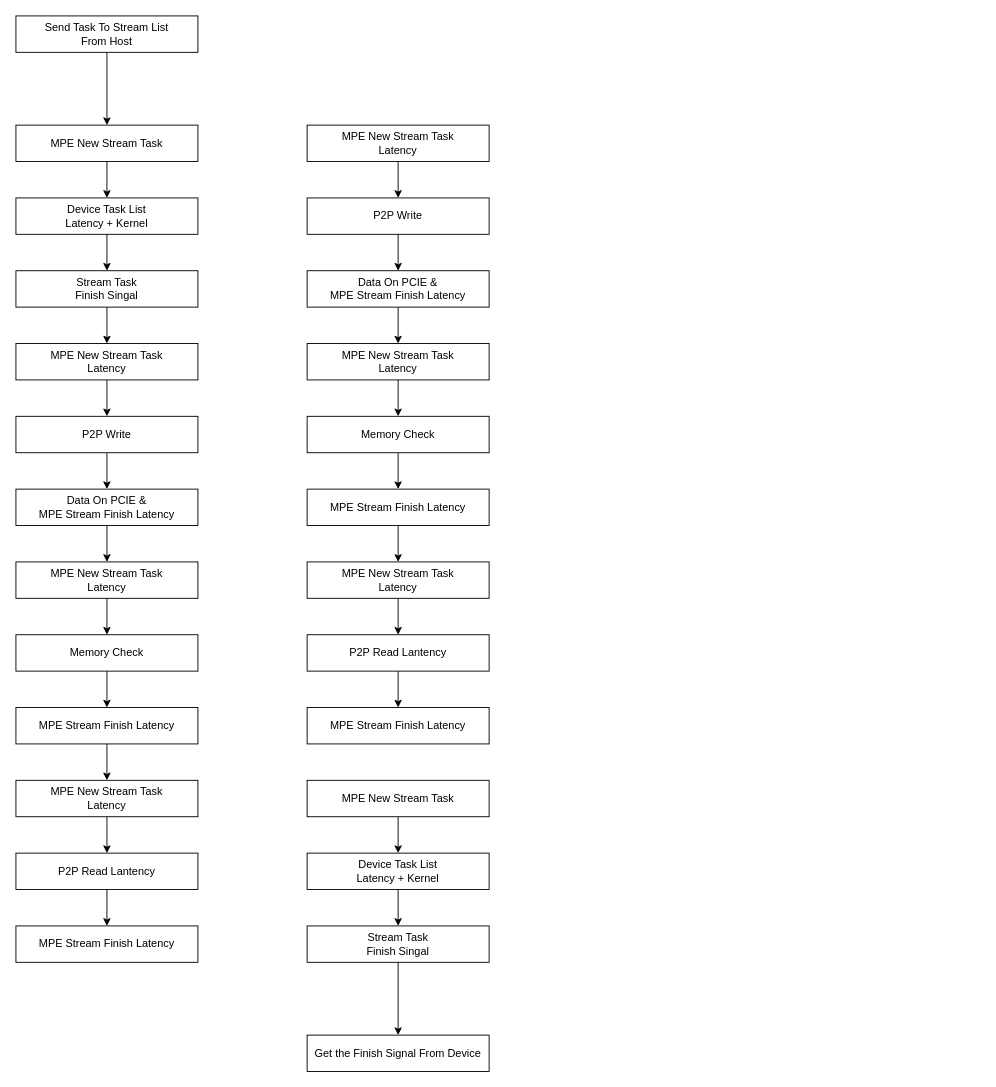
BEYHHH/SBLP keeps this draw.io diagram as TCCL/TCCL_SYNC/DeviceSyncLatencyAnalysis.drawio. Above is the earlier version. Source tidied: cells renumbered, new cells numbered last; positions are measured from the earlier drawing's top-left corner, leaving out a move shared by most shapes. Both pictures are drawn from the tidied source at 91%, with x=0, y=0 at pixel (15, 15).
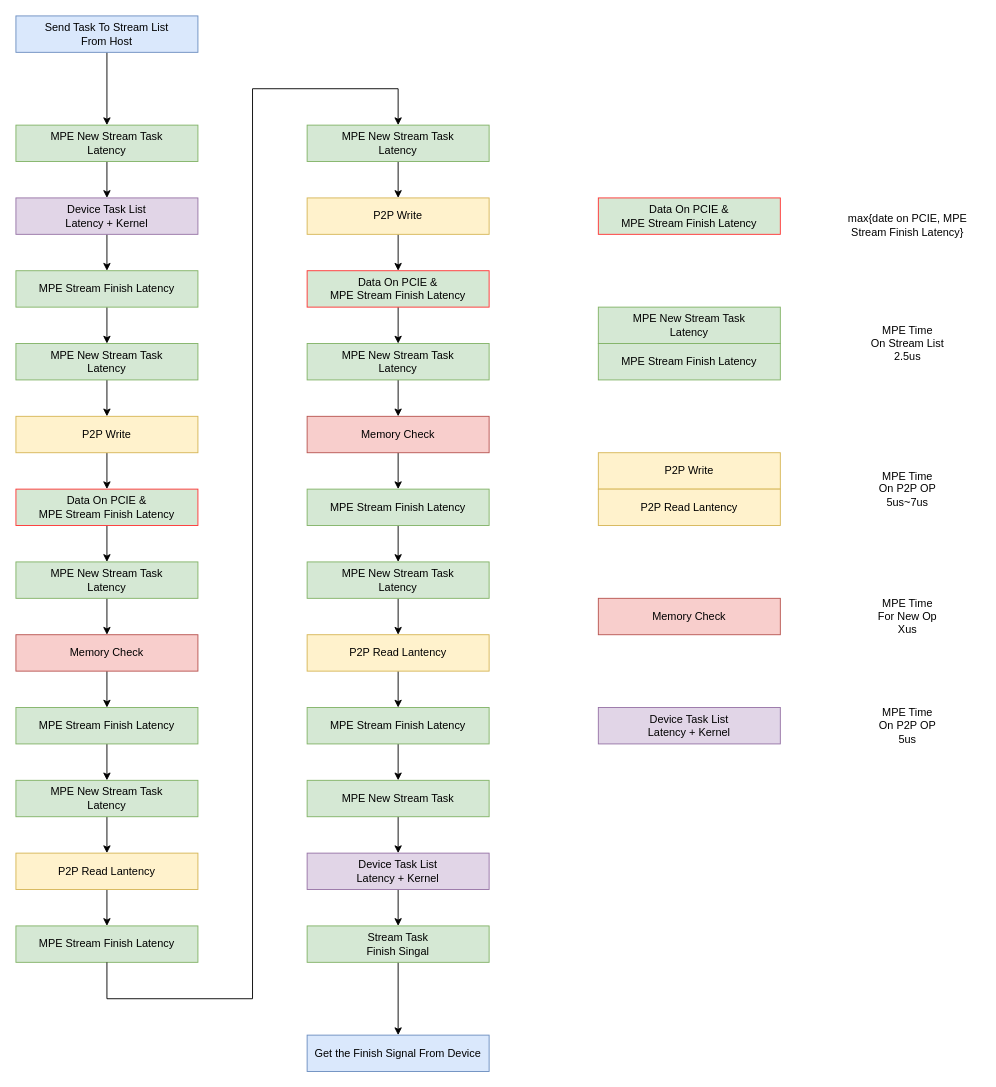
Above is the later version.

Change to the diagram source:
```diff
@@
-    <mxCell id="3" value="Device Task List&lt;br&gt;Latency + Kernel" style="rounded=0;whiteSpace=wrap;html=1;" parent="1" vertex="1">
+    <mxCell id="3" value="Device Task List&lt;br&gt;Latency + Kernel" style="rounded=0;whiteSpace=wrap;html=1;fillColor=#e1d5e7;strokeColor=#9673a6;" parent="1" vertex="1">
       <mxGeometry y="200" width="200" height="40" as="geometry" />
     </mxCell>
@@
-    <mxCell id="5" value="Stream Task &lt;br&gt;Finish Singal" style="rounded=0;whiteSpace=wrap;html=1;" parent="1" vertex="1">
+    <mxCell id="5" value="MPE Stream Finish Latency" style="rounded=0;whiteSpace=wrap;html=1;fillColor=#d5e8d4;strokeColor=#82b366;" parent="1" vertex="1">
       <mxGeometry y="280" width="200" height="40" as="geometry" />
     </mxCell>
@@
-    <mxCell id="7" value="MPE New Stream Task&lt;br style=&quot;border-color: var(--border-color);&quot;&gt;Latency" style="rounded=0;whiteSpace=wrap;html=1;" parent="1" vertex="1">
+    <mxCell id="7" value="MPE New Stream Task&lt;br style=&quot;border-color: var(--border-color);&quot;&gt;Latency" style="rounded=0;whiteSpace=wrap;html=1;fillColor=#d5e8d4;strokeColor=#82b366;" parent="1" vertex="1">
       <mxGeometry y="360" width="200" height="40" as="geometry" />
     </mxCell>
@@
-    <mxCell id="9" value="P2P Write" style="rounded=0;whiteSpace=wrap;html=1;" parent="1" vertex="1">
+    <mxCell id="9" value="P2P Write" style="rounded=0;whiteSpace=wrap;html=1;fillColor=#fff2cc;strokeColor=#d6b656;" parent="1" vertex="1">
       <mxGeometry y="440" width="200" height="40" as="geometry" />
     </mxCell>
@@
-    <mxCell id="11" value="Data On PCIE &amp;amp; &lt;br&gt;MPE Stream Finish Latency" style="rounded=0;whiteSpace=wrap;html=1;" parent="1" vertex="1">
+    <mxCell id="11" value="Data On PCIE &amp;amp; &lt;br&gt;MPE Stream Finish Latency" style="rounded=0;whiteSpace=wrap;html=1;fillColor=#d5e8d4;strokeColor=#FF3333;" parent="1" vertex="1">
       <mxGeometry y="520" width="200" height="40" as="geometry" />
     </mxCell>
@@
-    <mxCell id="13" value="Memory Check" style="rounded=0;whiteSpace=wrap;html=1;" parent="1" vertex="1">
+    <mxCell id="13" value="Memory Check" style="rounded=0;whiteSpace=wrap;html=1;fillColor=#f8cecc;strokeColor=#b85450;" parent="1" vertex="1">
       <mxGeometry y="680" width="200" height="40" as="geometry" />
     </mxCell>
@@
-    <mxCell id="15" value="MPE New Stream Task&lt;br style=&quot;border-color: var(--border-color);&quot;&gt;Latency" style="rounded=0;whiteSpace=wrap;html=1;" parent="1" vertex="1">
+    <mxCell id="15" value="MPE New Stream Task&lt;br style=&quot;border-color: var(--border-color);&quot;&gt;Latency" style="rounded=0;whiteSpace=wrap;html=1;fillColor=#d5e8d4;strokeColor=#82b366;" parent="1" vertex="1">
       <mxGeometry y="840" width="200" height="40" as="geometry" />
     </mxCell>
@@
-    <mxCell id="17" value="MPE New Stream Task&lt;br style=&quot;border-color: var(--border-color);&quot;&gt;Latency" style="rounded=0;whiteSpace=wrap;html=1;" parent="1" vertex="1">
+    <mxCell id="17" value="MPE New Stream Task&lt;br style=&quot;border-color: var(--border-color);&quot;&gt;Latency" style="rounded=0;whiteSpace=wrap;html=1;fillColor=#d5e8d4;strokeColor=#82b366;" parent="1" vertex="1">
       <mxGeometry y="600" width="200" height="40" as="geometry" />
     </mxCell>
@@
-    <mxCell id="19" value="P2P Read Lantency" style="rounded=0;whiteSpace=wrap;html=1;" parent="1" vertex="1">
+    <mxCell id="19" value="P2P Read Lantency" style="rounded=0;whiteSpace=wrap;html=1;fillColor=#fff2cc;strokeColor=#d6b656;" parent="1" vertex="1">
       <mxGeometry y="920" width="200" height="40" as="geometry" />
     </mxCell>
@@
-    <mxCell id="21" value="MPE Stream Finish Latency" style="rounded=0;whiteSpace=wrap;html=1;" parent="1" vertex="1">
+    <mxCell id="21" value="MPE Stream Finish Latency" style="rounded=0;whiteSpace=wrap;html=1;fillColor=#d5e8d4;strokeColor=#82b366;" parent="1" vertex="1">
       <mxGeometry y="760" width="200" height="40" as="geometry" />
     </mxCell>
@@
-    <mxCell id="23" value="MPE New Stream Task" style="rounded=0;whiteSpace=wrap;html=1;" parent="1" vertex="1">
+    <mxCell id="23" value="MPE New Stream Task&lt;br style=&quot;border-color: var(--border-color);&quot;&gt;Latency" style="rounded=0;whiteSpace=wrap;html=1;fillColor=#d5e8d4;strokeColor=#82b366;" parent="1" vertex="1">
       <mxGeometry y="120" width="200" height="40" as="geometry" />
     </mxCell>
-    <mxCell id="24" value="MPE Stream Finish Latency" style="rounded=0;whiteSpace=wrap;html=1;" parent="1" vertex="1">
+    <mxCell id="24" value="MPE Stream Finish Latency" style="rounded=0;whiteSpace=wrap;html=1;fillColor=#d5e8d4;strokeColor=#82b366;" parent="1" vertex="1">
       <mxGeometry y="1000" width="200" height="40" as="geometry" />
     </mxCell>
@@
-    <mxCell id="26" value="MPE New Stream Task&lt;br style=&quot;border-color: var(--border-color);&quot;&gt;Latency" style="rounded=0;whiteSpace=wrap;html=1;" parent="1" vertex="1">
+    <mxCell id="26" value="MPE New Stream Task&lt;br style=&quot;border-color: var(--border-color);&quot;&gt;Latency" style="rounded=0;whiteSpace=wrap;html=1;fillColor=#d5e8d4;strokeColor=#82b366;" parent="1" vertex="1">
       <mxGeometry x="320" y="120" width="200" height="40" as="geometry" />
     </mxCell>
@@
-    <mxCell id="28" value="P2P Write" style="rounded=0;whiteSpace=wrap;html=1;" parent="1" vertex="1">
+    <mxCell id="28" value="P2P Write" style="rounded=0;whiteSpace=wrap;html=1;fillColor=#fff2cc;strokeColor=#d6b656;" parent="1" vertex="1">
       <mxGeometry x="320" y="200" width="200" height="40" as="geometry" />
     </mxCell>
@@
-    <mxCell id="30" value="Data On PCIE &amp;amp; &lt;br&gt;MPE Stream Finish Latency" style="rounded=0;whiteSpace=wrap;html=1;" parent="1" vertex="1">
+    <mxCell id="30" value="Data On PCIE &amp;amp; &lt;br&gt;MPE Stream Finish Latency" style="rounded=0;whiteSpace=wrap;html=1;fillColor=#d5e8d4;strokeColor=#FF3333;" parent="1" vertex="1">
       <mxGeometry x="320" y="280" width="200" height="40" as="geometry" />
     </mxCell>
@@
-    <mxCell id="32" value="Memory Check" style="rounded=0;whiteSpace=wrap;html=1;" parent="1" vertex="1">
+    <mxCell id="32" value="Memory Check" style="rounded=0;whiteSpace=wrap;html=1;fillColor=#f8cecc;strokeColor=#b85450;" parent="1" vertex="1">
       <mxGeometry x="320" y="440" width="200" height="40" as="geometry" />
     </mxCell>
@@
-    <mxCell id="34" value="MPE New Stream Task&lt;br style=&quot;border-color: var(--border-color);&quot;&gt;Latency" style="rounded=0;whiteSpace=wrap;html=1;" parent="1" vertex="1">
+    <mxCell id="34" value="MPE New Stream Task&lt;br style=&quot;border-color: var(--border-color);&quot;&gt;Latency" style="rounded=0;whiteSpace=wrap;html=1;fillColor=#d5e8d4;strokeColor=#82b366;" parent="1" vertex="1">
       <mxGeometry x="320" y="600" width="200" height="40" as="geometry" />
     </mxCell>
@@
-    <mxCell id="36" value="MPE New Stream Task&lt;br style=&quot;border-color: var(--border-color);&quot;&gt;Latency" style="rounded=0;whiteSpace=wrap;html=1;" parent="1" vertex="1">
+    <mxCell id="36" value="MPE New Stream Task&lt;br style=&quot;border-color: var(--border-color);&quot;&gt;Latency" style="rounded=0;whiteSpace=wrap;html=1;fillColor=#d5e8d4;strokeColor=#82b366;" parent="1" vertex="1">
       <mxGeometry x="320" y="360" width="200" height="40" as="geometry" />
     </mxCell>
@@
-    <mxCell id="38" value="P2P Read Lantency" style="rounded=0;whiteSpace=wrap;html=1;" parent="1" vertex="1">
+    <mxCell id="38" value="P2P Read Lantency" style="rounded=0;whiteSpace=wrap;html=1;fillColor=#fff2cc;strokeColor=#d6b656;" parent="1" vertex="1">
       <mxGeometry x="320" y="680" width="200" height="40" as="geometry" />
     </mxCell>
@@
-    <mxCell id="40" value="MPE Stream Finish Latency" style="rounded=0;whiteSpace=wrap;html=1;" parent="1" vertex="1">
+    <mxCell id="40" value="MPE Stream Finish Latency" style="rounded=0;whiteSpace=wrap;html=1;fillColor=#d5e8d4;strokeColor=#82b366;" parent="1" vertex="1">
       <mxGeometry x="320" y="520" width="200" height="40" as="geometry" />
     </mxCell>
+    <mxCell id="51" style="edgeStyle=orthogonalEdgeStyle;rounded=0;jettySize=auto;html=1;" parent="1" edge="1" source="41" target="47">
+      <mxGeometry relative="1" as="geometry" />
+    </mxCell>
-    <mxCell id="41" value="MPE Stream Finish Latency" style="rounded=0;whiteSpace=wrap;html=1;" parent="1" vertex="1">
+    <mxCell id="41" value="MPE Stream Finish Latency" style="rounded=0;whiteSpace=wrap;html=1;fillColor=#d5e8d4;strokeColor=#82b366;" parent="1" vertex="1">
       <mxGeometry x="320" y="760" width="200" height="40" as="geometry" />
     </mxCell>
@@
-    <mxCell id="43" value="Device Task List&lt;br&gt;Latency + Kernel" style="rounded=0;whiteSpace=wrap;html=1;" parent="1" vertex="1">
+    <mxCell id="43" value="Device Task List&lt;br&gt;Latency + Kernel" style="rounded=0;whiteSpace=wrap;html=1;fillColor=#e1d5e7;strokeColor=#9673a6;" parent="1" vertex="1">
       <mxGeometry x="320" y="920" width="200" height="40" as="geometry" />
     </mxCell>
@@
-    <mxCell id="45" value="Stream Task &lt;br&gt;Finish Singal" style="rounded=0;whiteSpace=wrap;html=1;" parent="1" vertex="1">
+    <mxCell id="45" value="Stream Task &lt;br&gt;Finish Singal" style="rounded=0;whiteSpace=wrap;html=1;fillColor=#d5e8d4;strokeColor=#82b366;" parent="1" vertex="1">
       <mxGeometry x="320" y="1000" width="200" height="40" as="geometry" />
     </mxCell>
@@
-    <mxCell id="47" value="MPE New Stream Task" style="rounded=0;whiteSpace=wrap;html=1;" parent="1" vertex="1">
+    <mxCell id="47" value="MPE New Stream Task" style="rounded=0;whiteSpace=wrap;html=1;fillColor=#d5e8d4;strokeColor=#82b366;" parent="1" vertex="1">
       <mxGeometry x="320" y="840" width="200" height="40" as="geometry" />
     </mxCell>
@@
-    <mxCell id="49" value="Send Task To Stream List&lt;br&gt;From Host" style="rounded=0;whiteSpace=wrap;html=1;" parent="1" vertex="1">
+    <mxCell id="49" value="Send Task To Stream List&lt;br&gt;From Host" style="rounded=0;whiteSpace=wrap;html=1;fillColor=#dae8fc;strokeColor=#6c8ebf;" parent="1" vertex="1">
       <mxGeometry width="200" height="40" as="geometry" />
     </mxCell>
-    <mxCell id="50" value="Get the Finish Signal From Device" style="rounded=0;whiteSpace=wrap;html=1;" parent="1" vertex="1">
+    <mxCell id="50" value="Get the Finish Signal From Device" style="rounded=0;whiteSpace=wrap;html=1;fillColor=#dae8fc;strokeColor=#6c8ebf;" parent="1" vertex="1">
       <mxGeometry x="320" y="1120" width="200" height="40" as="geometry" />
     </mxCell>
+    <mxCell id="52" style="endArrow=classic;html=1;rounded=0;exitX=0.5;exitY=1;exitDx=0;exitDy=0;entryX=0.5;entryY=0;entryDx=0;entryDy=0;" parent="1" edge="1" source="24" target="26">
+      <mxGeometry relative="1" as="geometry">
+        <Array as="points">
+          <mxPoint x="100" y="1080" />
+          <mxPoint x="260" y="1080" />
+          <mxPoint x="260" y="80" />
+          <mxPoint x="420" y="80" />
+        </Array>
+      </mxGeometry>
+    </mxCell>
+    <mxCell id="53" value="Data On PCIE &amp;amp; &lt;br&gt;MPE Stream Finish Latency" style="rounded=0;whiteSpace=wrap;html=1;fillColor=#d5e8d4;strokeColor=#FF3333;" parent="1" vertex="1">
+      <mxGeometry x="640" y="200" width="200" height="40" as="geometry" />
+    </mxCell>
+    <mxCell id="54" value="max{date on PCIE, MPE Stream Finish Latency}" style="text;html=1;strokeColor=none;fillColor=none;align=center;verticalAlign=middle;whiteSpace=wrap;rounded=0;" parent="1" vertex="1">
+      <mxGeometry x="900" y="200" width="160" height="60" as="geometry" />
+    </mxCell>
+    <mxCell id="55" value="MPE New Stream Task&lt;br style=&quot;border-color: var(--border-color);&quot;&gt;Latency" style="rounded=0;whiteSpace=wrap;html=1;fillColor=#d5e8d4;strokeColor=#82b366;" parent="1" vertex="1">
+      <mxGeometry x="640" y="320" width="200" height="40" as="geometry" />
+    </mxCell>
+    <mxCell id="56" value="MPE Time &lt;br&gt;On Stream List&lt;br&gt;2.5us" style="text;html=1;strokeColor=none;fillColor=none;align=center;verticalAlign=middle;whiteSpace=wrap;rounded=0;" parent="1" vertex="1">
+      <mxGeometry x="920" y="340" width="120" height="40" as="geometry" />
+    </mxCell>
+    <mxCell id="57" value="MPE Stream Finish Latency" style="rounded=0;whiteSpace=wrap;html=1;fillColor=#d5e8d4;strokeColor=#82b366;" parent="1" vertex="1">
+      <mxGeometry x="640" y="360" width="200" height="40" as="geometry" />
+    </mxCell>
+    <mxCell id="58" value="P2P Write" style="rounded=0;whiteSpace=wrap;html=1;fillColor=#fff2cc;strokeColor=#d6b656;" parent="1" vertex="1">
+      <mxGeometry x="640" y="480" width="200" height="40" as="geometry" />
+    </mxCell>
+    <mxCell id="59" value="MPE Time &lt;br&gt;On P2P OP&lt;br&gt;5us~7us" style="text;html=1;strokeColor=none;fillColor=none;align=center;verticalAlign=middle;whiteSpace=wrap;rounded=0;" parent="1" vertex="1">
+      <mxGeometry x="920" y="500" width="120" height="40" as="geometry" />
+    </mxCell>
+    <mxCell id="60" value="Memory Check" style="rounded=0;whiteSpace=wrap;html=1;fillColor=#f8cecc;strokeColor=#b85450;" parent="1" vertex="1">
+      <mxGeometry x="640" y="640" width="200" height="40" as="geometry" />
+    </mxCell>
+    <mxCell id="61" value="MPE Time &lt;br&gt;For New Op&lt;br&gt;Xus" style="text;html=1;strokeColor=none;fillColor=none;align=center;verticalAlign=middle;whiteSpace=wrap;rounded=0;" parent="1" vertex="1">
+      <mxGeometry x="920" y="640" width="120" height="40" as="geometry" />
+    </mxCell>
+    <mxCell id="62" value="MPE Time &lt;br&gt;On P2P OP &lt;br&gt;5us" style="text;html=1;strokeColor=none;fillColor=none;align=center;verticalAlign=middle;whiteSpace=wrap;rounded=0;" parent="1" vertex="1">
+      <mxGeometry x="920" y="760" width="120" height="40" as="geometry" />
+    </mxCell>
+    <mxCell id="63" value="P2P Read Lantency" style="rounded=0;whiteSpace=wrap;html=1;fillColor=#fff2cc;strokeColor=#d6b656;" parent="1" vertex="1">
+      <mxGeometry x="640" y="520" width="200" height="40" as="geometry" />
+    </mxCell>
+    <mxCell id="64" value="Device Task List&lt;br&gt;Latency + Kernel" style="rounded=0;whiteSpace=wrap;html=1;fillColor=#e1d5e7;strokeColor=#9673a6;" parent="1" vertex="1">
+      <mxGeometry x="640" y="760" width="200" height="40" as="geometry" />
+    </mxCell>
```
